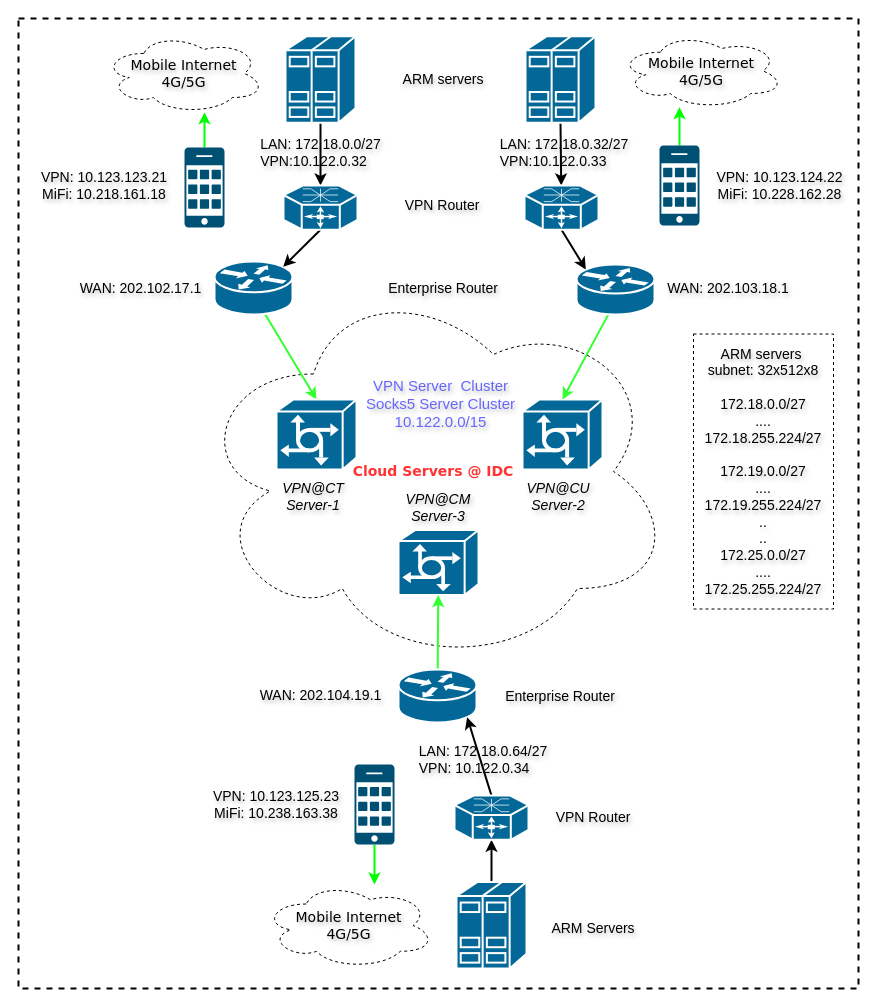
This is Untitled Diagram.drawio from nxtreaming/andy_study, a draw.io file, before an edit. Source tidied: cells renumbered, new cells numbered last; positions are measured from the earlier drawing's top-left corner, leaving out a move shared by most shapes. Both pictures are drawn from the tidied source at 100%, with x=0, y=0 at pixel (18, 18).
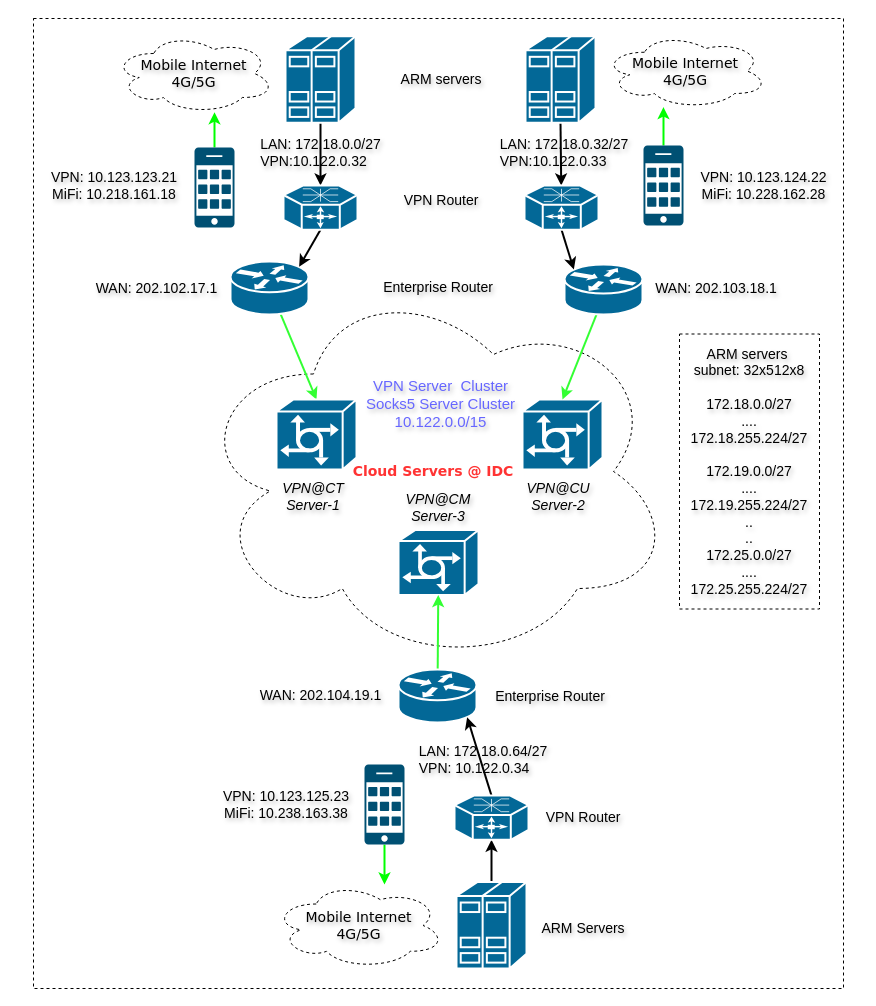
The same page after the edit.

What changed in the source:
```diff
@@
-    <mxCell id="2" style="whiteSpace=wrap;html=1;fontColor=#0000FF;dashed=1;strokeWidth=2;" parent="1" vertex="1">
-      <mxGeometry width="840" height="970" as="geometry" />
+    <mxCell id="2" style="whiteSpace=wrap;html=1;fontColor=#0000FF;dashed=1;strokeWidth=1;" parent="1" vertex="1">
+      <mxGeometry x="15" width="810" height="970" as="geometry" />
     </mxCell>
@@
     <mxCell id="4" value="&lt;font style=&quot;font-size: 14px;&quot;&gt;Mobile Internet&lt;br&gt;4G/5G&lt;br&gt;&lt;/font&gt;" style="ellipse;shape=cloud;whiteSpace=wrap;html=1;rounded=0;shadow=0;comic=0;strokeWidth=1;fontFamily=Verdana;fontSize=12;dashed=1;textShadow=1;" parent="1" vertex="1">
-      <mxGeometry x="85" y="15" width="161" height="80" as="geometry" />
+      <mxGeometry x="95" y="15" width="161" height="80" as="geometry" />
     </mxCell>
@@
     <mxCell id="6" style="shape=mxgraph.cisco.routers.router;html=1;dashed=0;fillColor=#036897;strokeColor=#ffffff;strokeWidth=2;verticalLabelPosition=bottom;verticalAlign=top;rounded=0;shadow=0;comic=0;fontFamily=Verdana;fontSize=12;" parent="1" vertex="1">
-      <mxGeometry x="196" y="243" width="78" height="53" as="geometry" />
+      <mxGeometry x="212" y="243" width="78" height="53" as="geometry" />
     </mxCell>
     <mxCell id="7" style="edgeStyle=orthogonalEdgeStyle;rounded=0;jettySize=auto;html=1;strokeColor=#00FF00;strokeWidth=2;" parent="1" edge="1" source="8" target="4">
       <mxGeometry relative="1" as="geometry">
         <Array as="points">
-          <mxPoint x="186" y="110" />
-          <mxPoint x="186" y="110" />
+          <mxPoint x="196" y="110" />
+          <mxPoint x="196" y="110" />
         </Array>
       </mxGeometry>
     </mxCell>
     <mxCell id="8" style="sketch=0;points=[[0.015,0.015,0],[0.985,0.015,0],[0.985,0.985,0],[0.015,0.985,0],[0.25,0,0],[0.5,0,0],[0.75,0,0],[1,0.25,0],[1,0.5,0],[1,0.75,0],[0.75,1,0],[0.5,1,0],[0.25,1,0],[0,0.75,0],[0,0.5,0],[0,0.25,0]];verticalLabelPosition=bottom;html=1;verticalAlign=top;align=center;shape=mxgraph.cisco19.cell_phone;fillColor=#005073;strokeColor=none;" parent="1" vertex="1">
-      <mxGeometry x="166" y="129" width="40" height="80" as="geometry" />
+      <mxGeometry x="176" y="129" width="40" height="80" as="geometry" />
     </mxCell>
@@
     <mxCell id="18" value="&lt;font style=&quot;font-size: 14px;&quot;&gt;Mobile Internet&lt;br&gt;4G/5G&lt;br&gt;&lt;/font&gt;" style="ellipse;shape=cloud;whiteSpace=wrap;html=1;rounded=0;shadow=0;comic=0;strokeWidth=1;fontFamily=Verdana;fontSize=12;dashed=1;textShadow=1;" parent="1" vertex="1">
-      <mxGeometry x="601" y="15" width="164" height="75" as="geometry" />
+      <mxGeometry x="585" y="15" width="164" height="75" as="geometry" />
     </mxCell>
@@
     <mxCell id="20" style="shape=mxgraph.cisco.routers.router;html=1;dashed=0;fillColor=#036897;strokeColor=#ffffff;strokeWidth=2;verticalLabelPosition=bottom;verticalAlign=top;rounded=0;shadow=0;comic=0;fontFamily=Verdana;fontSize=12;" parent="1" vertex="1">
-      <mxGeometry x="558" y="246" width="78" height="50" as="geometry" />
+      <mxGeometry x="546" y="246" width="78" height="50" as="geometry" />
     </mxCell>
     <mxCell id="21" style="edgeStyle=orthogonalEdgeStyle;rounded=0;jettySize=auto;html=1;strokeColor=#00FF00;strokeWidth=2;" parent="1" edge="1" source="22" target="18">
       <mxGeometry relative="1" as="geometry">
         <Array as="points">
-          <mxPoint x="661" y="110" />
-          <mxPoint x="661" y="110" />
+          <mxPoint x="645" y="110" />
+          <mxPoint x="645" y="110" />
         </Array>
       </mxGeometry>
     </mxCell>
     <mxCell id="22" style="sketch=0;points=[[0.015,0.015,0],[0.985,0.015,0],[0.985,0.985,0],[0.015,0.985,0],[0.25,0,0],[0.5,0,0],[0.75,0,0],[1,0.25,0],[1,0.5,0],[1,0.75,0],[0.75,1,0],[0.5,1,0],[0.25,1,0],[0,0.75,0],[0,0.5,0],[0,0.25,0]];verticalLabelPosition=bottom;html=1;verticalAlign=top;align=center;shape=mxgraph.cisco19.cell_phone;fillColor=#005073;strokeColor=none;" parent="1" vertex="1">
-      <mxGeometry x="641" y="127" width="40" height="80" as="geometry" />
+      <mxGeometry x="625" y="127" width="40" height="80" as="geometry" />
     </mxCell>
@@
     <mxCell id="26" value="&lt;font style=&quot;font-size: 14px;&quot;&gt;Mobile Internet&lt;br&gt;4G/5G&lt;br&gt;&lt;/font&gt;" style="ellipse;shape=cloud;whiteSpace=wrap;html=1;rounded=0;shadow=0;comic=0;strokeWidth=1;fontFamily=Verdana;fontSize=12;dashed=1;textShadow=1;" parent="1" vertex="1">
-      <mxGeometry x="245" y="864" width="171" height="86" as="geometry" />
+      <mxGeometry x="255" y="864" width="171" height="86" as="geometry" />
     </mxCell>
@@
     <mxCell id="29" style="edgeStyle=orthogonalEdgeStyle;rounded=0;jettySize=auto;html=1;strokeWidth=2;strokeColor=#00FF00;" parent="1" edge="1" source="30" target="26">
       <mxGeometry relative="1" as="geometry">
         <Array as="points">
-          <mxPoint x="356" y="874" />
-          <mxPoint x="356" y="874" />
+          <mxPoint x="366" y="874" />
+          <mxPoint x="366" y="874" />
         </Array>
       </mxGeometry>
     </mxCell>
     <mxCell id="30" style="sketch=0;points=[[0.015,0.015,0],[0.985,0.015,0],[0.985,0.985,0],[0.015,0.985,0],[0.25,0,0],[0.5,0,0],[0.75,0,0],[1,0.25,0],[1,0.5,0],[1,0.75,0],[0.75,1,0],[0.5,1,0],[0.25,1,0],[0,0.75,0],[0,0.5,0],[0,0.25,0]];verticalLabelPosition=bottom;html=1;verticalAlign=top;align=center;shape=mxgraph.cisco19.cell_phone;fillColor=#005073;strokeColor=none;" parent="1" vertex="1">
-      <mxGeometry x="336" y="746.1" width="40" height="80" as="geometry" />
+      <mxGeometry x="346" y="746.1" width="40" height="80" as="geometry" />
     </mxCell>
@@
     <mxCell id="34" value="&lt;font style=&quot;font-size: 14px;&quot;&gt;ARM servers&lt;/font&gt;" style="text;strokeColor=none;align=center;fillColor=#FFFFFF;html=1;verticalAlign=middle;whiteSpace=wrap;rounded=0;textShadow=1;" parent="1" vertex="1">
-      <mxGeometry x="375" y="46" width="100" height="30" as="geometry" />
+      <mxGeometry x="372.5" y="46" width="100" height="30" as="geometry" />
     </mxCell>
     <mxCell id="35" value="&lt;font style=&quot;font-size: 14px;&quot;&gt;Enterprise Router&lt;/font&gt;" style="text;strokeColor=none;align=center;fillColor=#FFFFFF;html=1;verticalAlign=middle;whiteSpace=wrap;rounded=0;textShadow=1;" parent="1" vertex="1">
-      <mxGeometry x="365" y="256.1" width="120" height="26.8" as="geometry" />
+      <mxGeometry x="360" y="255.1" width="120" height="26.8" as="geometry" />
     </mxCell>
     <mxCell id="36" value="&lt;font style=&quot;font-size: 14px;&quot;&gt;WAN: 202.102.17.1&lt;/font&gt;" style="text;strokeColor=none;align=center;fillColor=none;html=1;verticalAlign=middle;whiteSpace=wrap;rounded=0;textShadow=1;" parent="1" vertex="1">
-      <mxGeometry x="55" y="256.8" width="135" height="26.5" as="geometry" />
+      <mxGeometry x="71" y="256.8" width="135" height="26.5" as="geometry" />
     </mxCell>
     <mxCell id="37" value="&lt;font style=&quot;font-size: 14px;&quot;&gt;WAN: 202.103.18.1&lt;/font&gt;" style="text;strokeColor=none;align=center;fillColor=none;html=1;verticalAlign=middle;whiteSpace=wrap;rounded=0;textShadow=1;" parent="1" vertex="1">
-      <mxGeometry x="645" y="255.1" width="130" height="28.8" as="geometry" />
+      <mxGeometry x="633" y="255.1" width="130" height="28.8" as="geometry" />
     </mxCell>
@@
     <mxCell id="39" value="&lt;font style=&quot;font-size: 14px;&quot;&gt;VPN: 10.123.123.21&lt;br&gt;MiFi:&amp;nbsp;10.218.161.18&lt;br&gt;&lt;/font&gt;" style="text;strokeColor=none;align=center;fillColor=none;html=1;verticalAlign=middle;whiteSpace=wrap;rounded=0;textShadow=1;" parent="1" vertex="1">
-      <mxGeometry x="15" y="142" width="142" height="50" as="geometry" />
+      <mxGeometry x="25" y="142" width="142" height="50" as="geometry" />
     </mxCell>
     <mxCell id="40" value="&lt;font style=&quot;font-size: 14px;&quot;&gt;VPN: 10.123.124.22&lt;br&gt;MiFi:&amp;nbsp;10.228.162.28&lt;br&gt;&lt;/font&gt;" style="text;strokeColor=none;align=center;fillColor=none;html=1;verticalAlign=middle;whiteSpace=wrap;rounded=0;textShadow=1;" parent="1" vertex="1">
-      <mxGeometry x="688" y="142" width="147" height="50" as="geometry" />
+      <mxGeometry x="672" y="142" width="147" height="50" as="geometry" />
     </mxCell>
     <mxCell id="41" value="&lt;font style=&quot;font-size: 14px;&quot;&gt;VPN: 10.123.125.23&lt;br&gt;MiFi: 10.238.163.38&lt;br&gt;&lt;/font&gt;" style="text;strokeColor=none;align=center;fillColor=none;html=1;verticalAlign=middle;whiteSpace=wrap;rounded=0;textShadow=1;" parent="1" vertex="1">
-      <mxGeometry x="186" y="760.7" width="144" height="50.9" as="geometry" />
+      <mxGeometry x="196" y="760.7" width="144" height="50.9" as="geometry" />
     </mxCell>
@@
     <mxCell id="44" value="&lt;font style=&quot;font-size: 14px;&quot;&gt;VPN Router&lt;br&gt;&lt;/font&gt;" style="text;strokeColor=#FFFFFF;align=center;fillColor=#FFFFFF;html=1;verticalAlign=middle;whiteSpace=wrap;rounded=0;fontColor=#000000;textShadow=1;" parent="1" vertex="1">
-      <mxGeometry x="374" y="172.1" width="100" height="30" as="geometry" />
+      <mxGeometry x="372.5" y="167" width="100" height="30" as="geometry" />
     </mxCell>
@@
     <mxCell id="47" value="&lt;font style=&quot;font-size: 14px;&quot;&gt;Enterprise Router&lt;br&gt;&lt;/font&gt;" style="text;strokeColor=none;align=center;fillColor=#FFFFFF;html=1;verticalAlign=middle;whiteSpace=wrap;rounded=0;textShadow=1;" parent="1" vertex="1">
-      <mxGeometry x="477" y="664" width="130" height="28" as="geometry" />
+      <mxGeometry x="467" y="664" width="130" height="28" as="geometry" />
     </mxCell>
     <mxCell id="48" value="&lt;font style=&quot;font-size: 14px;&quot;&gt;VPN Router&lt;/font&gt;" style="text;strokeColor=none;align=center;fillColor=#FFFFFF;html=1;verticalAlign=middle;whiteSpace=wrap;rounded=0;fontColor=#000000;textShadow=1;" parent="1" vertex="1">
-      <mxGeometry x="525" y="784.2" width="100" height="30" as="geometry" />
+      <mxGeometry x="515" y="784.2" width="100" height="30" as="geometry" />
     </mxCell>
     <mxCell id="49" value="&lt;font style=&quot;font-size: 14px;&quot;&gt;ARM Servers&lt;/font&gt;" style="text;strokeColor=none;align=center;fillColor=#FFFFFF;html=1;verticalAlign=middle;whiteSpace=wrap;rounded=0;textShadow=1;" parent="1" vertex="1">
-      <mxGeometry x="525" y="895" width="100" height="30" as="geometry" />
+      <mxGeometry x="515" y="895" width="100" height="30" as="geometry" />
     </mxCell>
@@
     <mxCell id="53" value="&lt;div style=&quot;font-size: 14px;&quot;&gt;&lt;font style=&quot;font-size: 14px;&quot;&gt;&lt;span style=&quot;background-color: initial;&quot;&gt;ARM servers&amp;nbsp;&lt;/span&gt;&lt;br&gt;&lt;/font&gt;&lt;/div&gt;&lt;div style=&quot;font-size: 14px;&quot;&gt;&lt;font style=&quot;font-size: 14px;&quot;&gt;subnet: 32x512x8&lt;/font&gt;&lt;/div&gt;&lt;div style=&quot;font-size: 14px;&quot;&gt;&lt;span style=&quot;background-color: initial;&quot;&gt;&lt;font style=&quot;font-size: 14px;&quot;&gt;&lt;br&gt;&lt;/font&gt;&lt;/span&gt;&lt;/div&gt;&lt;div style=&quot;font-size: 14px;&quot;&gt;&lt;span style=&quot;background-color: initial;&quot;&gt;&lt;font style=&quot;font-size: 14px;&quot;&gt;172.18.0.0/27&lt;/font&gt;&lt;/span&gt;&lt;/div&gt;&lt;div style=&quot;font-size: 14px;&quot;&gt;&lt;span style=&quot;background-color: initial;&quot;&gt;&lt;font style=&quot;font-size: 14px;&quot;&gt;....&lt;/font&gt;&lt;/span&gt;&lt;/div&gt;&lt;div style=&quot;font-size: 14px;&quot;&gt;&lt;span style=&quot;background-color: initial;&quot;&gt;&lt;font style=&quot;font-size: 14px;&quot;&gt;172.18.255.224/27&lt;/font&gt;&lt;/span&gt;&lt;/div&gt;&lt;div style=&quot;font-size: 14px;&quot;&gt;&lt;span style=&quot;background-color: initial;&quot;&gt;&lt;font style=&quot;font-size: 14px;&quot;&gt;&lt;br&gt;&lt;/font&gt;&lt;/span&gt;&lt;/div&gt;&lt;div style=&quot;font-size: 14px;&quot;&gt;&lt;span style=&quot;background-color: initial;&quot;&gt;&lt;font style=&quot;font-size: 14px;&quot;&gt;172.19.0.0/27&lt;/font&gt;&lt;/span&gt;&lt;/div&gt;&lt;div style=&quot;font-size: 14px;&quot;&gt;&lt;span style=&quot;background-color: initial;&quot;&gt;&lt;font style=&quot;font-size: 14px;&quot;&gt;....&lt;/font&gt;&lt;/span&gt;&lt;/div&gt;&lt;div style=&quot;font-size: 14px;&quot;&gt;&lt;span style=&quot;background-color: initial;&quot;&gt;&lt;font style=&quot;font-size: 14px;&quot;&gt;172.19.255.224/27&lt;/font&gt;&lt;/span&gt;&lt;/div&gt;&lt;div style=&quot;font-size: 14px;&quot;&gt;&lt;font style=&quot;font-size: 14px;&quot;&gt;..&lt;/font&gt;&lt;/div&gt;&lt;div style=&quot;font-size: 14px;&quot;&gt;&lt;font style=&quot;font-size: 14px;&quot;&gt;..&lt;/font&gt;&lt;/div&gt;&lt;div style=&quot;font-size: 14px;&quot;&gt;&lt;font style=&quot;font-size: 14px;&quot;&gt;172.25.0.0/27&lt;/font&gt;&lt;/div&gt;&lt;div style=&quot;font-size: 14px;&quot;&gt;&lt;font style=&quot;font-size: 14px;&quot;&gt;....&lt;/font&gt;&lt;/div&gt;&lt;div style=&quot;font-size: 14px;&quot;&gt;&lt;font style=&quot;font-size: 14px;&quot;&gt;172.25.255.224/27&lt;/font&gt;&lt;/div&gt;" style="whiteSpace=wrap;html=1;strokeColor=#000000;dashed=1;strokeWidth=1;textShadow=1;" parent="1" vertex="1">
-      <mxGeometry x="675" y="315.5" width="140" height="275" as="geometry" />
+      <mxGeometry x="661" y="315.5" width="140" height="275" as="geometry" />
     </mxCell>
+    <mxCell id="54" style="edgeStyle=orthogonalEdgeStyle;rounded=0;orthogonalLoop=1;jettySize=auto;html=1;exitX=0.5;exitY=1;exitDx=0;exitDy=0;" parent="1" edge="1" source="35" target="35">
+      <mxGeometry relative="1" as="geometry" />
+    </mxCell>
```
